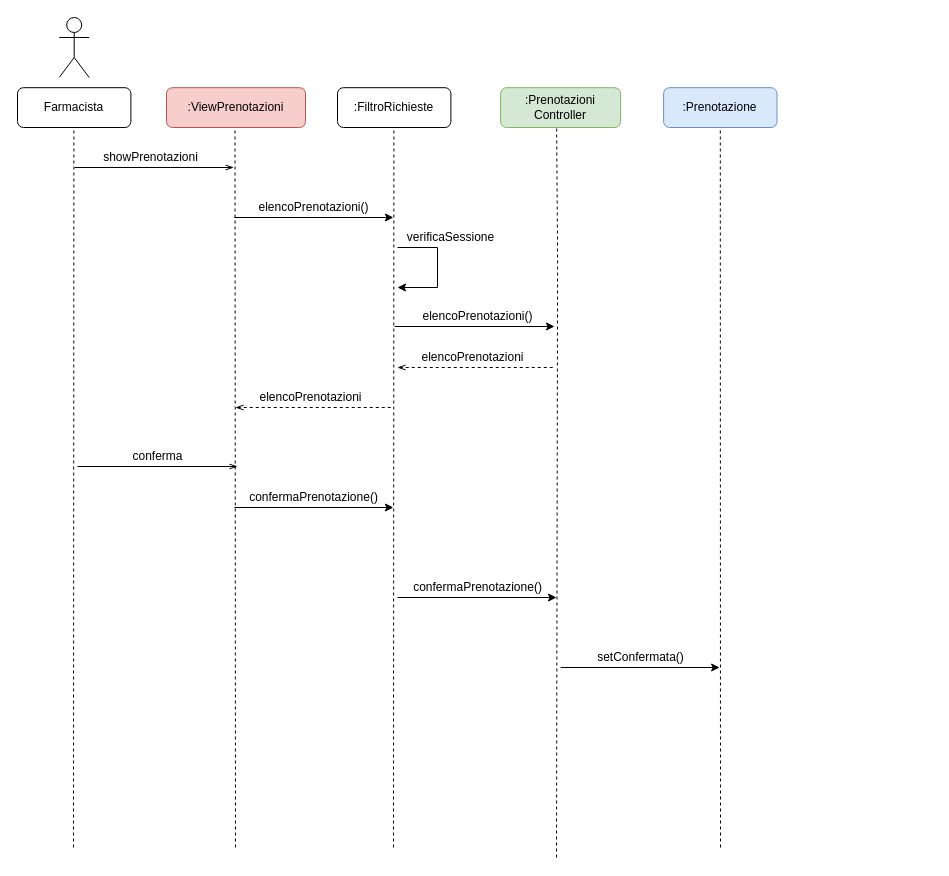
The draw.io diagram page "ConfermaPrenotazione" (2 of 2) of drawio/ArchitetturaLogicaProgettazione2.drawio in lnwor/farmabyte-doc, before the edit. Source tidied: cells renumbered, new cells numbered last; positions are measured from the earlier drawing's top-left corner, leaving out a move shared by most shapes. Both pictures are drawn from the tidied source at 100%, with x=0, y=0 at pixel (17, 17).
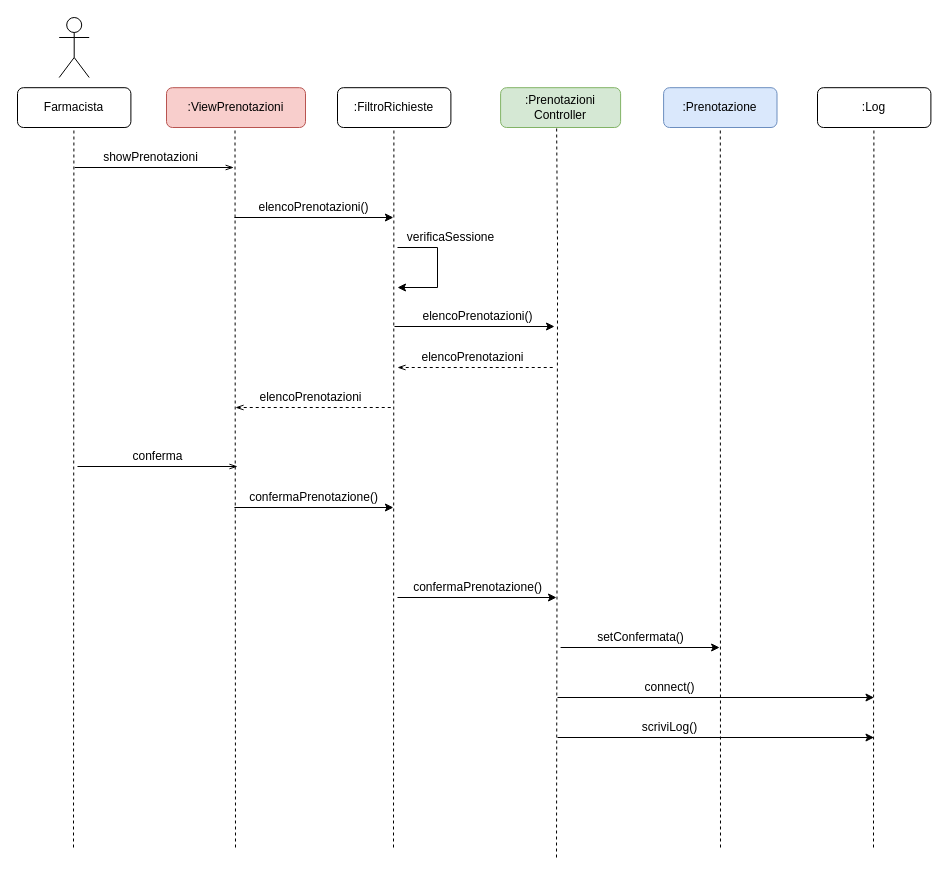
After the change.

Diff of the diagram source:
```diff
@@
     <mxCell id="21" value="setConfermata()" style="text;html=1;align=center;verticalAlign=middle;strokeColor=none;" parent="1" vertex="1">
-      <mxGeometry x="572.6" y="630" width="100" height="20" as="geometry" />
+      <mxGeometry x="572.6" y="610" width="100" height="20" as="geometry" />
     </mxCell>
     <mxCell id="22" style="endArrow=classic;html=1;" parent="1" edge="1">
       <mxGeometry relative="1" as="geometry">
-        <mxPoint x="543.1" y="650" as="sourcePoint" />
-        <mxPoint x="702.1" y="650" as="targetPoint" />
+        <mxPoint x="543.1" y="630" as="sourcePoint" />
+        <mxPoint x="702.1" y="630" as="targetPoint" />
       </mxGeometry>
     </mxCell>
@@
+    <mxCell id="33" style="endArrow=none;dashed=1;html=1;entryX=0.5;entryY=1;entryDx=0;entryDy=0;" parent="1" edge="1">
+      <mxGeometry relative="1" as="geometry">
+        <mxPoint x="856" y="830" as="sourcePoint" />
+        <mxPoint x="856.4" y="110" as="targetPoint" />
+      </mxGeometry>
+    </mxCell>
+    <mxCell id="34" value=":Log" style="rounded=1;whiteSpace=wrap;html=1;" parent="1" vertex="1">
+      <mxGeometry x="800" y="70.2" width="113.4" height="39.8" as="geometry" />
+    </mxCell>
+    <mxCell id="35" style="endArrow=classic;html=1;" parent="1" edge="1">
+      <mxGeometry relative="1" as="geometry">
+        <mxPoint x="540" y="680" as="sourcePoint" />
+        <mxPoint x="856.5" y="680" as="targetPoint" />
+      </mxGeometry>
+    </mxCell>
+    <mxCell id="36" value="connect()" style="text;html=1;align=center;verticalAlign=middle;strokeColor=none;" parent="1" vertex="1">
+      <mxGeometry x="616.5" y="660" width="70" height="20" as="geometry" />
+    </mxCell>
+    <mxCell id="37" style="endArrow=classic;html=1;" parent="1" edge="1">
+      <mxGeometry relative="1" as="geometry">
+        <mxPoint x="540" y="720" as="sourcePoint" />
+        <mxPoint x="856.5" y="720" as="targetPoint" />
+      </mxGeometry>
+    </mxCell>
+    <mxCell id="38" value="scriviLog()" style="text;html=1;align=center;verticalAlign=middle;strokeColor=none;" parent="1" vertex="1">
+      <mxGeometry x="616.5" y="700" width="70" height="20" as="geometry" />
+    </mxCell>
```
